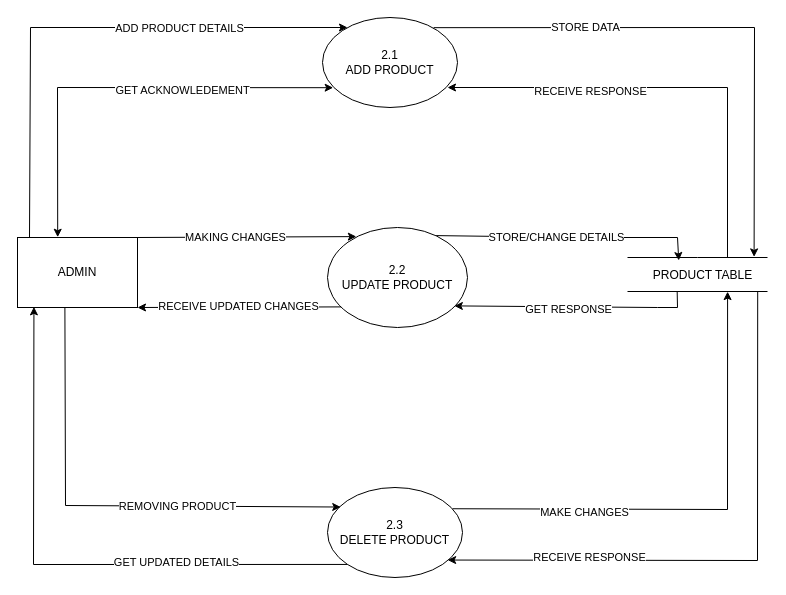
Earlier version of the draw.io diagram page "DFD-2(PRODUCT)" (11 of 14) of Usecase userside.drawio (panchalbhavya2210/gift_documentation). Source tidied: cells renumbered, new cells numbered last; positions are measured from the earlier drawing's top-left corner, leaving out a move shared by most shapes. Both pictures are drawn from the tidied source at 100%, with x=0, y=0 at pixel (17, 17).
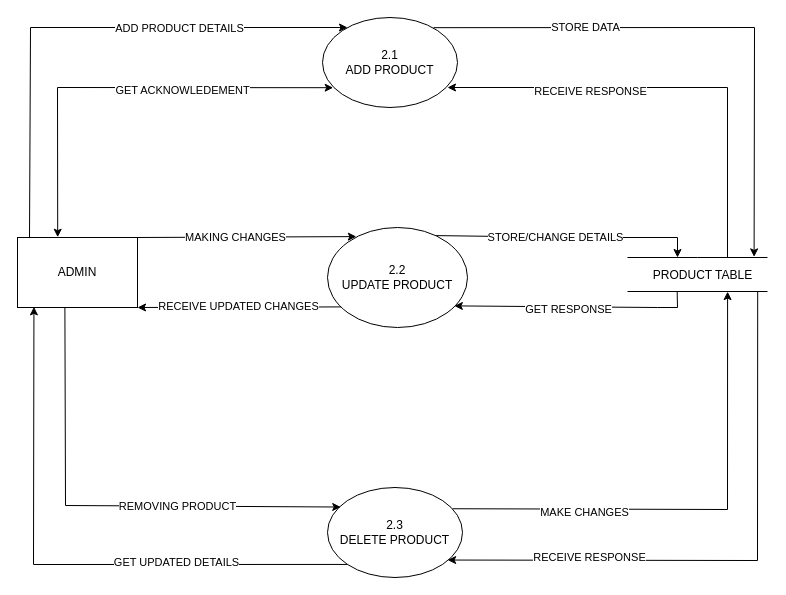
After the change.

Unchanged cells that the change refers to:
```xml
<mxCell id="4" value="2.2&lt;br&gt;UPDATE PRODUCT" style="ellipse;whiteSpace=wrap;html=1;" parent="1" vertex="1">
  <mxGeometry x="310" y="210" width="140" height="100" as="geometry" />
</mxCell>
<mxCell id="7" value="PRODUCT TABLE" style="text;html=1;align=center;verticalAlign=middle;points=[];strokeColor=none;fillColor=none;" parent="1" vertex="1">
  <mxGeometry x="625" y="243" width="120" height="30" as="geometry" />
</mxCell>
```

Diff of the diagram source:
```diff
@@
-    <mxCell id="22" style="endArrow=classic;html=1;rounded=0;exitX=0.776;exitY=0.081;exitDx=0;exitDy=0;exitPerimeter=0;entryX=0.302;entryY=0;entryDx=0;entryDy=0;entryPerimeter=0;" parent="1" edge="1" source="4" target="7">
+    <mxCell id="22" style="endArrow=classic;html=1;rounded=0;exitX=0.776;exitY=0.081;exitDx=0;exitDy=0;exitPerimeter=0;" parent="1" edge="1" source="4">
       <mxGeometry relative="1" as="geometry">
+        <mxPoint x="660" y="240" as="targetPoint" />
         <Array as="points">
           <mxPoint x="560" y="220" />
           <mxPoint x="660" y="220" />
         </Array>
       </mxGeometry>
     </mxCell>
```
